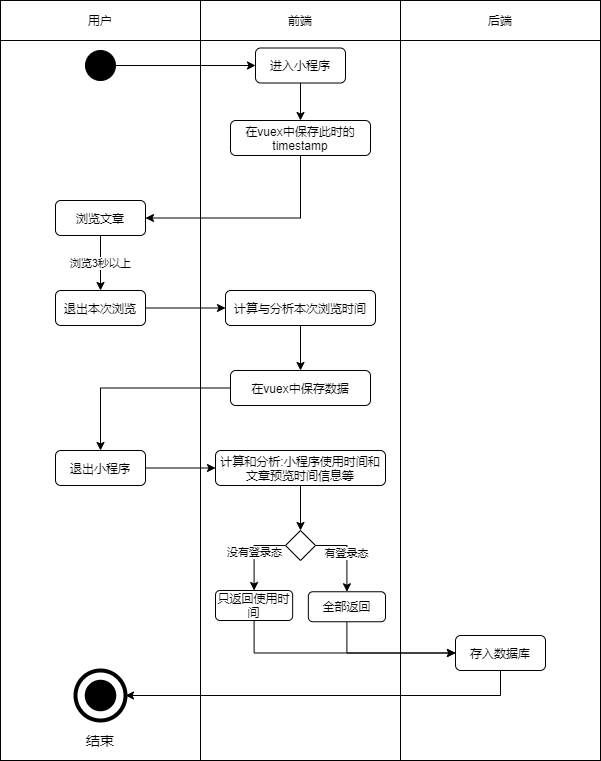
Jater0/Graduation keeps this draw.io diagram as user.bbs-report-impl.active.drawio.png. Above is the earlier version. Source tidied: cells renumbered, new cells last; positions are measured from the earlier drawing's top-left corner, leaving out a move shared by most shapes.
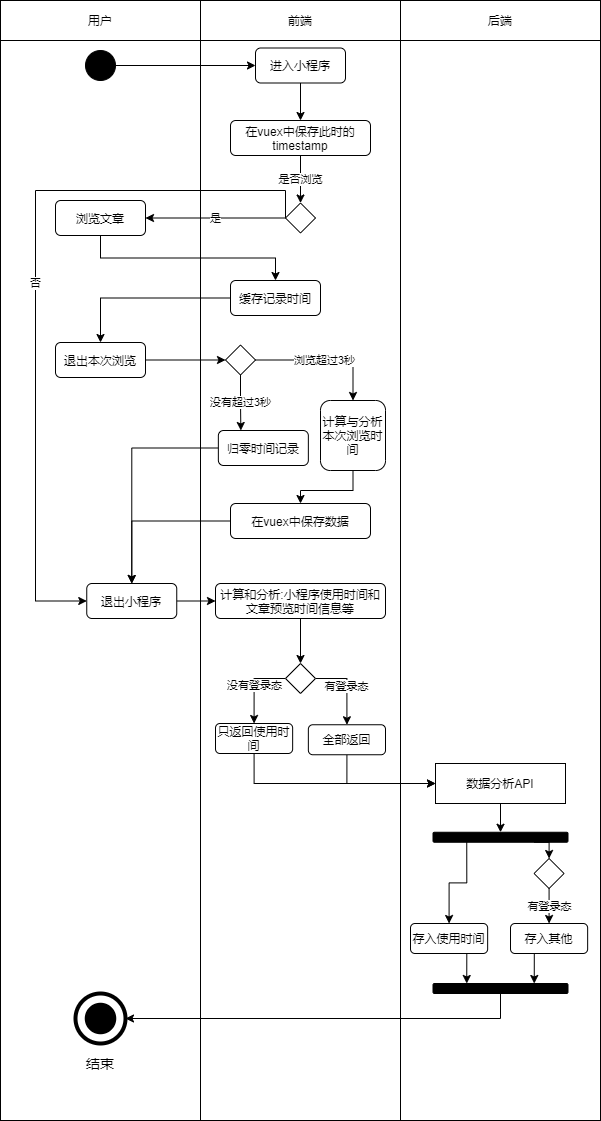
Above is the later version.

What changed in the source:
```diff
@@ -3,13 +3,13 @@
     <mxCell id="0" />
     <mxCell id="1" parent="0" />
     <mxCell id="2" style="rounded=0;whiteSpace=wrap;html=1;" parent="1" vertex="1">
-      <mxGeometry x="400" y="40" width="200" height="720" as="geometry" />
+      <mxGeometry x="400" y="40" width="200" height="1080" as="geometry" />
     </mxCell>
     <mxCell id="3" style="rounded=0;whiteSpace=wrap;html=1;" parent="1" vertex="1">
-      <mxGeometry y="40" width="200" height="720" as="geometry" />
+      <mxGeometry y="40" width="200" height="1080" as="geometry" />
     </mxCell>
     <mxCell id="4" style="rounded=0;whiteSpace=wrap;html=1;" parent="1" vertex="1">
-      <mxGeometry x="200" y="40" width="200" height="720" as="geometry" />
+      <mxGeometry x="200" y="40" width="200" height="1080" as="geometry" />
     </mxCell>
     <mxCell id="5" value="用户" style="rounded=0;whiteSpace=wrap;html=1;" parent="1" vertex="1">
       <mxGeometry width="200" height="40" as="geometry" />
@@ -33,55 +33,55 @@
       <mxGeometry x="255" y="47.5" width="90" height="35" as="geometry" />
     </mxCell>
     <mxCell id="12" style="ellipse;whiteSpace=wrap;html=1;rounded=1;strokeColor=#000000;strokeWidth=4;fillColor=none;gradientColor=none;fontSize=14;" parent="1" vertex="1">
-      <mxGeometry x="75" y="670" width="50" height="50" as="geometry" />
+      <mxGeometry x="75" y="993" width="50" height="50" as="geometry" />
     </mxCell>
     <mxCell id="13" style="ellipse;whiteSpace=wrap;html=1;rounded=1;strokeWidth=4;fontSize=14;fillColor=#000000;" parent="1" vertex="1">
-      <mxGeometry x="86.2" y="681.2" width="27.5" height="27.5" as="geometry" />
+      <mxGeometry x="86.2" y="1004.2" width="27.5" height="27.5" as="geometry" />
     </mxCell>
     <mxCell id="14" value="结束" style="text;html=1;strokeColor=none;fillColor=none;align=center;verticalAlign=middle;whiteSpace=wrap;rounded=0;fontSize=14;" parent="1" vertex="1">
-      <mxGeometry x="80" y="730" width="40" height="20" as="geometry" />
+      <mxGeometry x="80" y="1053" width="40" height="20" as="geometry" />
     </mxCell>
-    <mxCell id="15" style="edgeStyle=orthogonalEdgeStyle;rounded=0;jettySize=auto;html=1;exitX=0.5;exitY=1;exitDx=0;exitDy=0;entryX=1;entryY=0.5;entryDx=0;entryDy=0;" parent="1" edge="1" source="16" target="18">
-      <mxGeometry relative="1" as="geometry" />
-    </mxCell>
+    <mxCell id="38" value="是否浏览" style="edgeStyle=orthogonalEdgeStyle;rounded=0;jettySize=auto;html=1;exitX=0.5;exitY=1;exitDx=0;exitDy=0;entryX=0.5;entryY=0;entryDx=0;entryDy=0;" parent="1" edge="1" source="16" target="45">
+      <mxGeometry relative="1" as="geometry" />
+    </mxCell>
     <mxCell id="16" value="在vuex中保存此时的timestamp" style="rounded=1;whiteSpace=wrap;html=1;" parent="1" vertex="1">
       <mxGeometry x="230" y="120" width="140" height="35" as="geometry" />
     </mxCell>
-    <mxCell id="17" value="浏览3秒以上" style="edgeStyle=orthogonalEdgeStyle;rounded=0;jettySize=auto;html=1;exitX=0.5;exitY=1;exitDx=0;exitDy=0;" parent="1" edge="1" source="18" target="20">
-      <mxGeometry relative="1" as="geometry" />
-    </mxCell>
+    <mxCell id="39" style="edgeStyle=orthogonalEdgeStyle;rounded=0;jettySize=auto;html=1;exitX=0.5;exitY=1;exitDx=0;exitDy=0;" parent="1" edge="1" source="18" target="60">
+      <mxGeometry relative="1" as="geometry" />
+    </mxCell>
     <mxCell id="18" value="浏览文章" style="rounded=1;whiteSpace=wrap;html=1;" parent="1" vertex="1">
       <mxGeometry x="55" y="200" width="90" height="35" as="geometry" />
     </mxCell>
-    <mxCell id="19" style="edgeStyle=orthogonalEdgeStyle;rounded=0;jettySize=auto;html=1;exitX=1;exitY=0.5;exitDx=0;exitDy=0;entryX=0;entryY=0.5;entryDx=0;entryDy=0;" parent="1" edge="1" source="20" target="22">
-      <mxGeometry relative="1" as="geometry" />
-    </mxCell>
+    <mxCell id="40" style="edgeStyle=orthogonalEdgeStyle;rounded=0;jettySize=auto;html=1;exitX=1;exitY=0.5;exitDx=0;exitDy=0;entryX=0;entryY=0.5;entryDx=0;entryDy=0;" parent="1" edge="1" source="20" target="63">
+      <mxGeometry relative="1" as="geometry" />
+    </mxCell>
     <mxCell id="20" value="退出本次浏览" style="rounded=1;whiteSpace=wrap;html=1;" parent="1" vertex="1">
-      <mxGeometry x="55" y="290" width="90" height="35" as="geometry" />
+      <mxGeometry x="55" y="342" width="90" height="35" as="geometry" />
     </mxCell>
-    <mxCell id="21" style="edgeStyle=orthogonalEdgeStyle;rounded=0;jettySize=auto;html=1;exitX=0.5;exitY=1;exitDx=0;exitDy=0;entryX=0.5;entryY=0;entryDx=0;entryDy=0;" parent="1" edge="1" source="22" target="24">
+    <mxCell id="21" style="edgeStyle=orthogonalEdgeStyle;rounded=0;jettySize=auto;html=1;exitX=1;exitY=0.5;exitDx=0;exitDy=0;entryX=0.5;entryY=0;entryDx=0;entryDy=0;" parent="1" edge="1" source="22" target="24">
       <mxGeometry relative="1" as="geometry" />
     </mxCell>
-    <mxCell id="22" value="计算与分析本次浏览时间" style="rounded=1;whiteSpace=wrap;html=1;" parent="1" vertex="1">
-      <mxGeometry x="225" y="290" width="150" height="35" as="geometry" />
+    <mxCell id="22" value="计算与分析本次浏览时间" style="rounded=1;whiteSpace=wrap;html=1;direction=south;" parent="1" vertex="1">
+      <mxGeometry x="320" y="400" width="65" height="70" as="geometry" />
     </mxCell>
     <mxCell id="23" style="edgeStyle=orthogonalEdgeStyle;rounded=0;jettySize=auto;html=1;exitX=0;exitY=0.5;exitDx=0;exitDy=0;" parent="1" edge="1" source="24" target="26">
       <mxGeometry relative="1" as="geometry" />
     </mxCell>
     <mxCell id="24" value="在vuex中保存数据" style="rounded=1;whiteSpace=wrap;html=1;" parent="1" vertex="1">
-      <mxGeometry x="230" y="370" width="140" height="35" as="geometry" />
+      <mxGeometry x="230" y="503" width="140" height="35" as="geometry" />
     </mxCell>
     <mxCell id="25" style="edgeStyle=orthogonalEdgeStyle;rounded=0;jettySize=auto;html=1;exitX=1;exitY=0.5;exitDx=0;exitDy=0;entryX=0;entryY=0.5;entryDx=0;entryDy=0;" parent="1" edge="1" source="26" target="28">
       <mxGeometry relative="1" as="geometry" />
     </mxCell>
     <mxCell id="26" value="退出小程序" style="rounded=1;whiteSpace=wrap;html=1;" parent="1" vertex="1">
-      <mxGeometry x="55" y="450" width="90" height="35" as="geometry" />
+      <mxGeometry x="86.2" y="583" width="90" height="35" as="geometry" />
     </mxCell>
     <mxCell id="27" style="edgeStyle=orthogonalEdgeStyle;rounded=0;jettySize=auto;html=1;exitX=0.5;exitY=1;exitDx=0;exitDy=0;entryX=0.5;entryY=0;entryDx=0;entryDy=0;" parent="1" edge="1" source="28" target="31">
       <mxGeometry relative="1" as="geometry" />
     </mxCell>
     <mxCell id="28" value="计算和分析:小程序使用时间和文章预览时间信息等" style="rounded=1;whiteSpace=wrap;html=1;" parent="1" vertex="1">
-      <mxGeometry x="215" y="450" width="170" height="35" as="geometry" />
+      <mxGeometry x="215" y="583" width="170" height="35" as="geometry" />
     </mxCell>
     <mxCell id="29" value="有登录态" style="edgeStyle=orthogonalEdgeStyle;rounded=0;jettySize=auto;html=1;exitX=1;exitY=0.5;exitDx=0;exitDy=0;entryX=0.5;entryY=0;entryDx=0;entryDy=0;" parent="1" edge="1" source="31" target="35">
       <mxGeometry relative="1" as="geometry" />
@@ -90,25 +90,94 @@
       <mxGeometry relative="1" as="geometry" />
     </mxCell>
     <mxCell id="31" style="rhombus;whiteSpace=wrap;html=1;" parent="1" vertex="1">
-      <mxGeometry x="285" y="530" width="30" height="30" as="geometry" />
+      <mxGeometry x="285" y="663" width="30" height="30" as="geometry" />
     </mxCell>
-    <mxCell id="32" style="edgeStyle=orthogonalEdgeStyle;rounded=0;jettySize=auto;html=1;exitX=0.5;exitY=1;exitDx=0;exitDy=0;entryX=0;entryY=0.5;entryDx=0;entryDy=0;" parent="1" edge="1" source="33" target="37">
-      <mxGeometry relative="1" as="geometry" />
-    </mxCell>
+    <mxCell id="41" style="edgeStyle=orthogonalEdgeStyle;rounded=0;jettySize=auto;html=1;exitX=0.5;exitY=1;exitDx=0;exitDy=0;entryX=0;entryY=0.5;entryDx=0;entryDy=0;" parent="1" edge="1" source="33" target="47">
+      <mxGeometry relative="1" as="geometry" />
+    </mxCell>
     <mxCell id="33" value="只返回使用时间" style="rounded=1;whiteSpace=wrap;html=1;fontSize=12;" parent="1" vertex="1">
-      <mxGeometry x="215" y="590" width="77.2" height="30" as="geometry" />
+      <mxGeometry x="215" y="723" width="77.2" height="30" as="geometry" />
     </mxCell>
-    <mxCell id="34" style="edgeStyle=orthogonalEdgeStyle;rounded=0;jettySize=auto;html=1;exitX=0.5;exitY=1;exitDx=0;exitDy=0;entryX=0;entryY=0.5;entryDx=0;entryDy=0;" parent="1" edge="1" source="35" target="37">
-      <mxGeometry relative="1" as="geometry" />
-    </mxCell>
+    <mxCell id="42" style="edgeStyle=orthogonalEdgeStyle;rounded=0;jettySize=auto;html=1;exitX=0.5;exitY=1;exitDx=0;exitDy=0;entryX=0;entryY=0.5;entryDx=0;entryDy=0;" parent="1" edge="1" source="35" target="47">
+      <mxGeometry relative="1" as="geometry" />
+    </mxCell>
     <mxCell id="35" value="全部返回" style="rounded=1;whiteSpace=wrap;html=1;fontSize=12;" parent="1" vertex="1">
-      <mxGeometry x="307.9" y="591.2" width="77.2" height="30" as="geometry" />
+      <mxGeometry x="307.9" y="724.2" width="77.2" height="30" as="geometry" />
     </mxCell>
-    <mxCell id="36" style="edgeStyle=orthogonalEdgeStyle;rounded=0;jettySize=auto;html=1;exitX=0.5;exitY=1;exitDx=0;exitDy=0;entryX=1;entryY=0.5;entryDx=0;entryDy=0;" parent="1" edge="1" source="37" target="12">
-      <mxGeometry relative="1" as="geometry" />
-    </mxCell>
-    <mxCell id="37" value="存入数据库" style="rounded=1;whiteSpace=wrap;html=1;" parent="1" vertex="1">
-      <mxGeometry x="455" y="635" width="90" height="35" as="geometry" />
-    </mxCell>
+    <mxCell id="43" value="是" style="edgeStyle=orthogonalEdgeStyle;rounded=0;jettySize=auto;html=1;exitX=0;exitY=0.5;exitDx=0;exitDy=0;entryX=1;entryY=0.5;entryDx=0;entryDy=0;" parent="1" edge="1" source="45" target="18">
+      <mxGeometry relative="1" as="geometry" />
+    </mxCell>
+    <mxCell id="44" value="否" style="edgeStyle=orthogonalEdgeStyle;rounded=0;jettySize=auto;html=1;exitX=0;exitY=0.5;exitDx=0;exitDy=0;entryX=0;entryY=0.5;entryDx=0;entryDy=0;" parent="1" edge="1" source="45" target="26">
+      <mxGeometry relative="1" as="geometry">
+        <Array as="points">
+          <mxPoint x="285" y="190" />
+          <mxPoint x="35" y="190" />
+          <mxPoint x="35" y="601" />
+        </Array>
+      </mxGeometry>
+    </mxCell>
+    <mxCell id="45" style="rhombus;whiteSpace=wrap;html=1;" parent="1" vertex="1">
+      <mxGeometry x="285" y="202.5" width="30" height="30" as="geometry" />
+    </mxCell>
+    <mxCell id="46" style="edgeStyle=orthogonalEdgeStyle;rounded=0;jettySize=auto;html=1;exitX=0.5;exitY=1;exitDx=0;exitDy=0;entryX=0.5;entryY=0;entryDx=0;entryDy=0;" parent="1" edge="1" source="47" target="50">
+      <mxGeometry relative="1" as="geometry" />
+    </mxCell>
+    <mxCell id="47" value="数据分析API" style="rounded=0;whiteSpace=wrap;html=1;" parent="1" vertex="1">
+      <mxGeometry x="435" y="763" width="130" height="40" as="geometry" />
+    </mxCell>
+    <mxCell id="48" style="edgeStyle=orthogonalEdgeStyle;rounded=0;jettySize=auto;html=1;exitX=0.75;exitY=1;exitDx=0;exitDy=0;entryX=0.5;entryY=0;entryDx=0;entryDy=0;" parent="1" edge="1" source="50" target="56">
+      <mxGeometry relative="1" as="geometry" />
+    </mxCell>
+    <mxCell id="49" style="edgeStyle=orthogonalEdgeStyle;rounded=0;jettySize=auto;html=1;exitX=0.25;exitY=1;exitDx=0;exitDy=0;entryX=0.5;entryY=0;entryDx=0;entryDy=0;" parent="1" edge="1" source="50" target="52">
+      <mxGeometry relative="1" as="geometry" />
+    </mxCell>
+    <mxCell id="50" style="rounded=1;whiteSpace=wrap;html=1;fillColor=#000000;" parent="1" vertex="1">
+      <mxGeometry x="432.5" y="831.8" width="135" height="10" as="geometry" />
+    </mxCell>
+    <mxCell id="51" style="edgeStyle=orthogonalEdgeStyle;rounded=0;jettySize=auto;html=1;exitX=0.75;exitY=1;exitDx=0;exitDy=0;entryX=0.25;entryY=0;entryDx=0;entryDy=0;" parent="1" edge="1" source="52" target="58">
+      <mxGeometry relative="1" as="geometry" />
+    </mxCell>
+    <mxCell id="52" value="存入使用时间" style="rounded=1;whiteSpace=wrap;html=1;fontSize=12;" parent="1" vertex="1">
+      <mxGeometry x="410" y="923" width="77.2" height="30" as="geometry" />
+    </mxCell>
+    <mxCell id="53" style="edgeStyle=orthogonalEdgeStyle;rounded=0;jettySize=auto;html=1;exitX=0.5;exitY=1;exitDx=0;exitDy=0;entryX=0.75;entryY=0;entryDx=0;entryDy=0;" parent="1" edge="1" source="54" target="58">
+      <mxGeometry relative="1" as="geometry" />
+    </mxCell>
+    <mxCell id="54" value="存入其他" style="rounded=1;whiteSpace=wrap;html=1;fontSize=12;" parent="1" vertex="1">
+      <mxGeometry x="510" y="923" width="77.2" height="30" as="geometry" />
+    </mxCell>
+    <mxCell id="55" value="有登录态" style="edgeStyle=orthogonalEdgeStyle;rounded=0;jettySize=auto;html=1;exitX=0.5;exitY=1;exitDx=0;exitDy=0;entryX=0.5;entryY=0;entryDx=0;entryDy=0;" parent="1" edge="1" source="56" target="54">
+      <mxGeometry relative="1" as="geometry" />
+    </mxCell>
+    <mxCell id="56" style="rhombus;whiteSpace=wrap;html=1;" parent="1" vertex="1">
+      <mxGeometry x="533.6" y="858" width="30" height="30" as="geometry" />
+    </mxCell>
+    <mxCell id="57" style="edgeStyle=orthogonalEdgeStyle;rounded=0;jettySize=auto;html=1;exitX=0.5;exitY=1;exitDx=0;exitDy=0;entryX=1;entryY=0.5;entryDx=0;entryDy=0;" parent="1" edge="1" source="58" target="12">
+      <mxGeometry relative="1" as="geometry" />
+    </mxCell>
+    <mxCell id="58" style="rounded=1;whiteSpace=wrap;html=1;fillColor=#000000;" parent="1" vertex="1">
+      <mxGeometry x="432.5" y="983" width="135" height="10" as="geometry" />
+    </mxCell>
+    <mxCell id="59" style="edgeStyle=orthogonalEdgeStyle;rounded=0;jettySize=auto;html=1;exitX=0;exitY=0.5;exitDx=0;exitDy=0;entryX=0.5;entryY=0;entryDx=0;entryDy=0;" parent="1" edge="1" source="60" target="20">
+      <mxGeometry relative="1" as="geometry" />
+    </mxCell>
+    <mxCell id="60" value="缓存记录时间" style="rounded=1;whiteSpace=wrap;html=1;" parent="1" vertex="1">
+      <mxGeometry x="230" y="280" width="90" height="35" as="geometry" />
+    </mxCell>
+    <mxCell id="61" value="浏览超过3秒" style="edgeStyle=orthogonalEdgeStyle;rounded=0;jettySize=auto;html=1;exitX=1;exitY=0.5;exitDx=0;exitDy=0;entryX=0;entryY=0.5;entryDx=0;entryDy=0;" parent="1" edge="1" source="63" target="22">
+      <mxGeometry relative="1" as="geometry" />
+    </mxCell>
+    <mxCell id="62" value="没有超过3秒" style="edgeStyle=orthogonalEdgeStyle;rounded=0;jettySize=auto;html=1;exitX=0.5;exitY=1;exitDx=0;exitDy=0;entryX=0.25;entryY=0;entryDx=0;entryDy=0;" parent="1" edge="1" source="63" target="65">
+      <mxGeometry relative="1" as="geometry" />
+    </mxCell>
+    <mxCell id="63" style="rhombus;whiteSpace=wrap;html=1;" parent="1" vertex="1">
+      <mxGeometry x="225" y="344.5" width="30" height="30" as="geometry" />
+    </mxCell>
+    <mxCell id="64" style="edgeStyle=orthogonalEdgeStyle;rounded=0;jettySize=auto;html=1;exitX=0;exitY=0.5;exitDx=0;exitDy=0;entryX=0.5;entryY=0;entryDx=0;entryDy=0;" parent="1" edge="1" source="65" target="26">
+      <mxGeometry relative="1" as="geometry" />
+    </mxCell>
+    <mxCell id="65" value="归零时间记录" style="rounded=1;whiteSpace=wrap;html=1;" parent="1" vertex="1">
+      <mxGeometry x="217.8" y="430" width="90" height="35" as="geometry" />
+    </mxCell>
   </root>
 </mxGraphModel>
```
